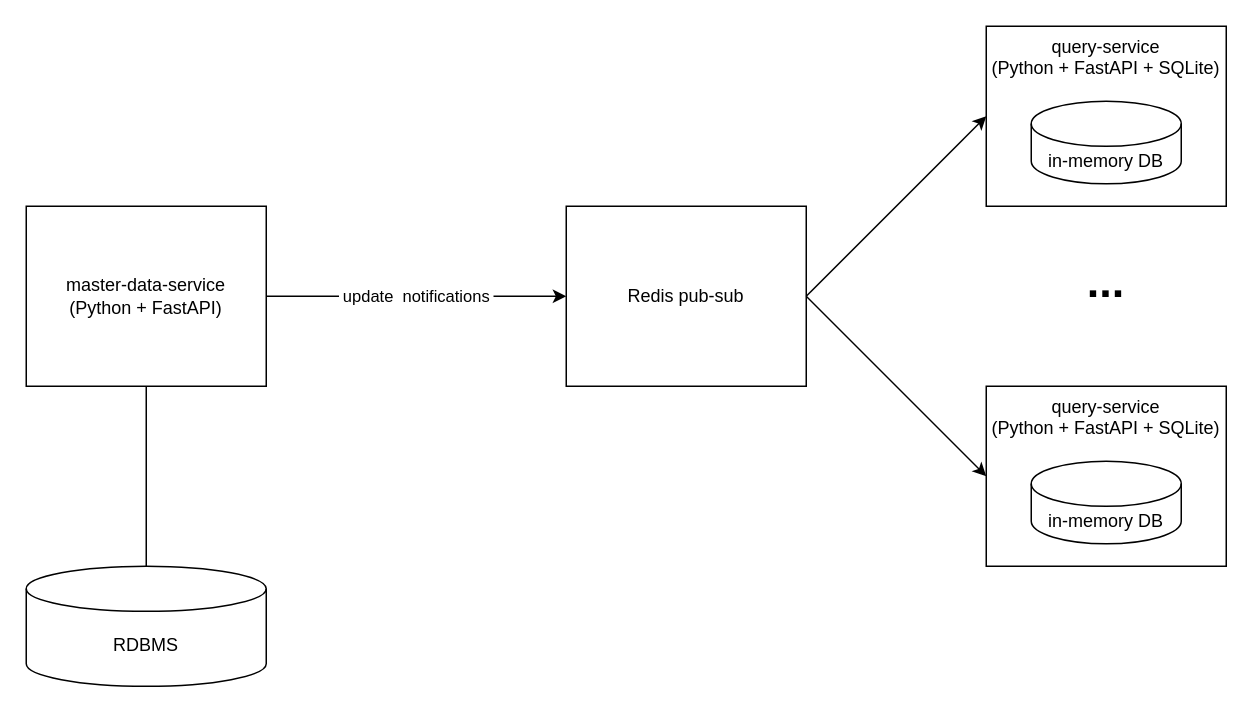
Earlier version of the draw.io diagram diagrams/diagrams.drawio (Jardo72/City-Navigator). Source tidied: cells renumbered, new cells numbered last; positions are measured from the earlier drawing's top-left corner, leaving out a move shared by most shapes. Both pictures are drawn from the tidied source at 150%, with x=0, y=0 at pixel (26, 26).
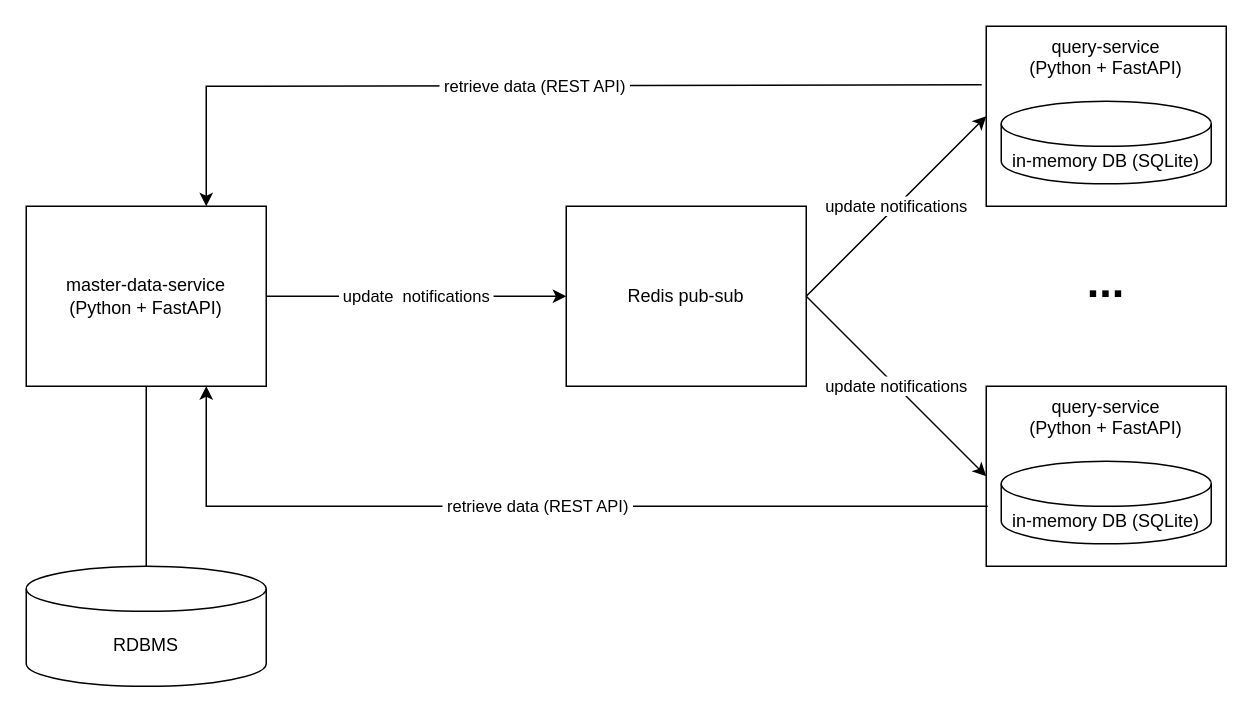
Above is the later version.

Commit message:
Diagrams improved.

What changed in the source:
```diff
@@
 <mxGraphModel>
   <root>
     <mxCell id="0" />
     <mxCell id="1" parent="0" />
-    <mxCell id="2" value="query-service&lt;br&gt;(Python + FastAPI + SQLite)" style="rounded=0;whiteSpace=wrap;html=1;verticalAlign=top;" parent="1" vertex="1">
+    <mxCell id="2" value="query-service&lt;br&gt;(Python + FastAPI)" style="rounded=0;whiteSpace=wrap;html=1;verticalAlign=top;" parent="1" vertex="1">
       <mxGeometry x="640" width="160" height="120" as="geometry" />
     </mxCell>
     <mxCell id="3" value="master-data-service&lt;br&gt;(Python + FastAPI)" style="rounded=0;whiteSpace=wrap;html=1;" parent="1" vertex="1">
       <mxGeometry y="120" width="160" height="120" as="geometry" />
     </mxCell>
     <mxCell id="4" value="RDBMS" style="shape=cylinder3;whiteSpace=wrap;html=1;boundedLbl=1;backgroundOutline=1;size=15;" parent="1" vertex="1">
       <mxGeometry y="360" width="160" height="80" as="geometry" />
     </mxCell>
-    <mxCell id="5" value="in-memory DB" style="shape=cylinder3;whiteSpace=wrap;html=1;boundedLbl=1;backgroundOutline=1;size=15;" parent="1" vertex="1">
-      <mxGeometry x="670" y="50" width="100" height="55" as="geometry" />
+    <mxCell id="5" value="in-memory DB (SQLite)" style="shape=cylinder3;whiteSpace=wrap;html=1;boundedLbl=1;backgroundOutline=1;size=15;" parent="1" vertex="1">
+      <mxGeometry x="650" y="50" width="140" height="55" as="geometry" />
     </mxCell>
     <mxCell id="6" value="Redis pub-sub" style="rounded=0;whiteSpace=wrap;html=1;" parent="1" vertex="1">
       <mxGeometry x="360" y="120" width="160" height="120" as="geometry" />
     </mxCell>
     <mxCell id="7" value="&amp;nbsp;update&amp;nbsp; notifications&amp;nbsp;" style="endArrow=classic;html=1;rounded=0;exitX=1;exitY=0.5;exitDx=0;exitDy=0;entryX=0;entryY=0.5;entryDx=0;entryDy=0;" parent="1" edge="1" source="3" target="6">
       <mxGeometry relative="1" as="geometry" />
     </mxCell>
-    <mxCell id="8" value="query-service&lt;br&gt;(Python + FastAPI + SQLite)" style="rounded=0;whiteSpace=wrap;html=1;verticalAlign=top;" parent="1" vertex="1">
+    <mxCell id="8" value="query-service&lt;br&gt;(Python + FastAPI)" style="rounded=0;whiteSpace=wrap;html=1;verticalAlign=top;" parent="1" vertex="1">
       <mxGeometry x="640" y="240" width="160" height="120" as="geometry" />
     </mxCell>
-    <mxCell id="9" value="in-memory DB" style="shape=cylinder3;whiteSpace=wrap;html=1;boundedLbl=1;backgroundOutline=1;size=15;" parent="1" vertex="1">
-      <mxGeometry x="670" y="290" width="100" height="55" as="geometry" />
+    <mxCell id="9" value="in-memory DB (SQLite)" style="shape=cylinder3;whiteSpace=wrap;html=1;boundedLbl=1;backgroundOutline=1;size=15;" parent="1" vertex="1">
+      <mxGeometry x="650" y="290" width="140" height="55" as="geometry" />
     </mxCell>
-    <mxCell id="10" style="endArrow=classic;html=1;rounded=0;entryX=0;entryY=0.5;entryDx=0;entryDy=0;" parent="1" edge="1" target="2">
+    <mxCell id="10" value="&amp;nbsp;update notifications&amp;nbsp;" style="endArrow=classic;html=1;rounded=0;entryX=0;entryY=0.5;entryDx=0;entryDy=0;" parent="1" edge="1" target="2">
       <mxGeometry relative="1" as="geometry">
         <mxPoint x="520" y="180" as="sourcePoint" />
       </mxGeometry>
     </mxCell>
-    <mxCell id="11" style="endArrow=classic;html=1;rounded=0;exitX=1;exitY=0.5;exitDx=0;exitDy=0;entryX=0;entryY=0.5;entryDx=0;entryDy=0;" parent="1" edge="1" source="6" target="8">
+    <mxCell id="11" value="&amp;nbsp;update notifications&amp;nbsp;" style="endArrow=classic;html=1;rounded=0;exitX=1;exitY=0.5;exitDx=0;exitDy=0;entryX=0;entryY=0.5;entryDx=0;entryDy=0;" parent="1" edge="1" source="6" target="8">
       <mxGeometry relative="1" as="geometry" />
     </mxCell>
     <mxCell id="12" value="..." style="text;html=1;strokeColor=none;fillColor=none;align=center;verticalAlign=middle;whiteSpace=wrap;overflow=hidden;fontStyle=1;fontSize=30;" parent="1" vertex="1">
       <mxGeometry x="680" y="150" width="80" height="40" as="geometry" />
     </mxCell>
     <mxCell id="13" style="endArrow=none;html=1;rounded=0;fontSize=30;entryX=0.5;entryY=1;entryDx=0;entryDy=0;" parent="1" edge="1" source="4" target="3">
       <mxGeometry relative="1" as="geometry" />
     </mxCell>
+    <mxCell id="14" value="&amp;nbsp;retrieve data (REST API)&amp;nbsp;" style="endArrow=classic;html=1;rounded=0;exitX=-0.019;exitY=0.325;exitDx=0;exitDy=0;exitPerimeter=0;entryX=0.75;entryY=0;entryDx=0;entryDy=0;" parent="1" edge="1" source="2" target="3">
+      <mxGeometry relative="1" as="geometry">
+        <Array as="points">
+          <mxPoint x="120" y="40" />
+        </Array>
+      </mxGeometry>
+    </mxCell>
+    <mxCell id="15" value="&amp;nbsp;retrieve data (REST API)&amp;nbsp;" style="endArrow=classic;html=1;rounded=0;exitX=0.006;exitY=0.667;exitDx=0;exitDy=0;exitPerimeter=0;entryX=0.75;entryY=1;entryDx=0;entryDy=0;" parent="1" edge="1" source="8" target="3">
+      <mxGeometry relative="1" as="geometry">
+        <Array as="points">
+          <mxPoint x="120" y="320" />
+        </Array>
+      </mxGeometry>
+    </mxCell>
   </root>
 </mxGraphModel>
```
